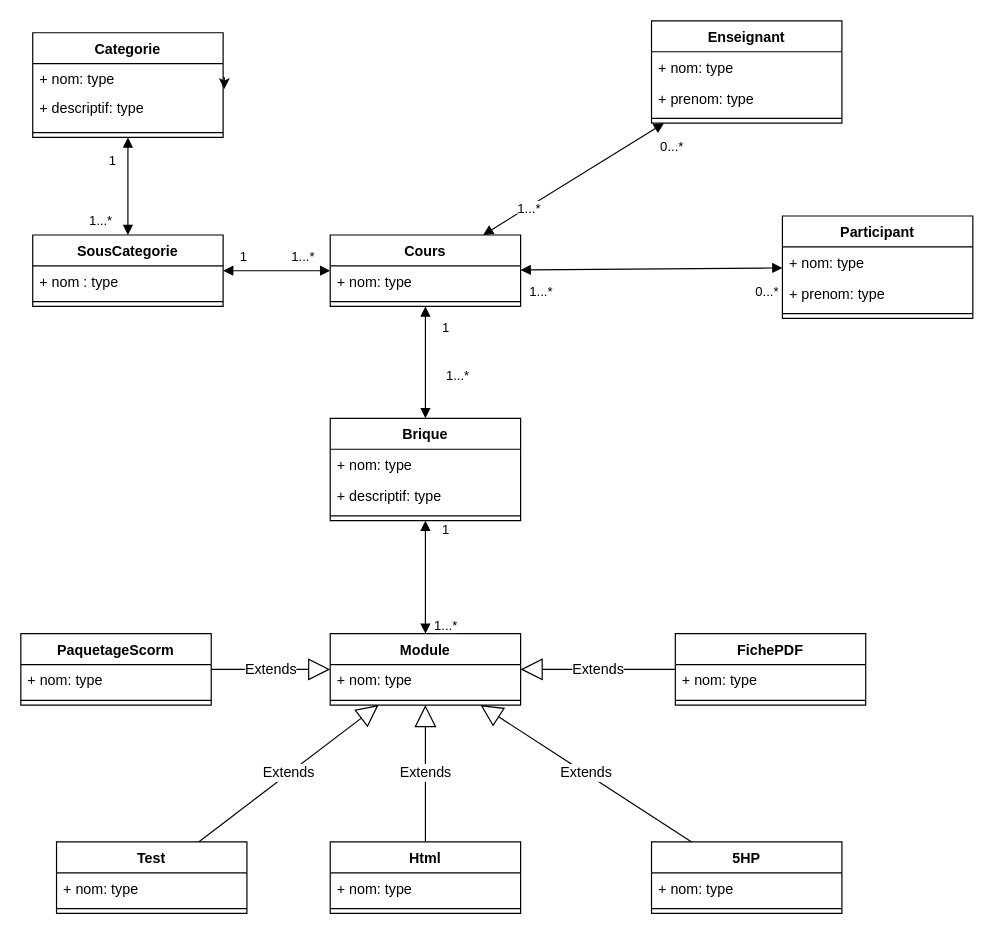
jean-seb-2106/pythontest keeps this draw.io diagram as MasKaret.drawio. Above is the earlier version. Source tidied: cells renumbered, new cells numbered last; positions are measured from the earlier drawing's top-left corner, leaving out a move shared by most shapes. Both pictures are drawn from the tidied source at 119%, with x=0, y=0 at pixel (20, 20).
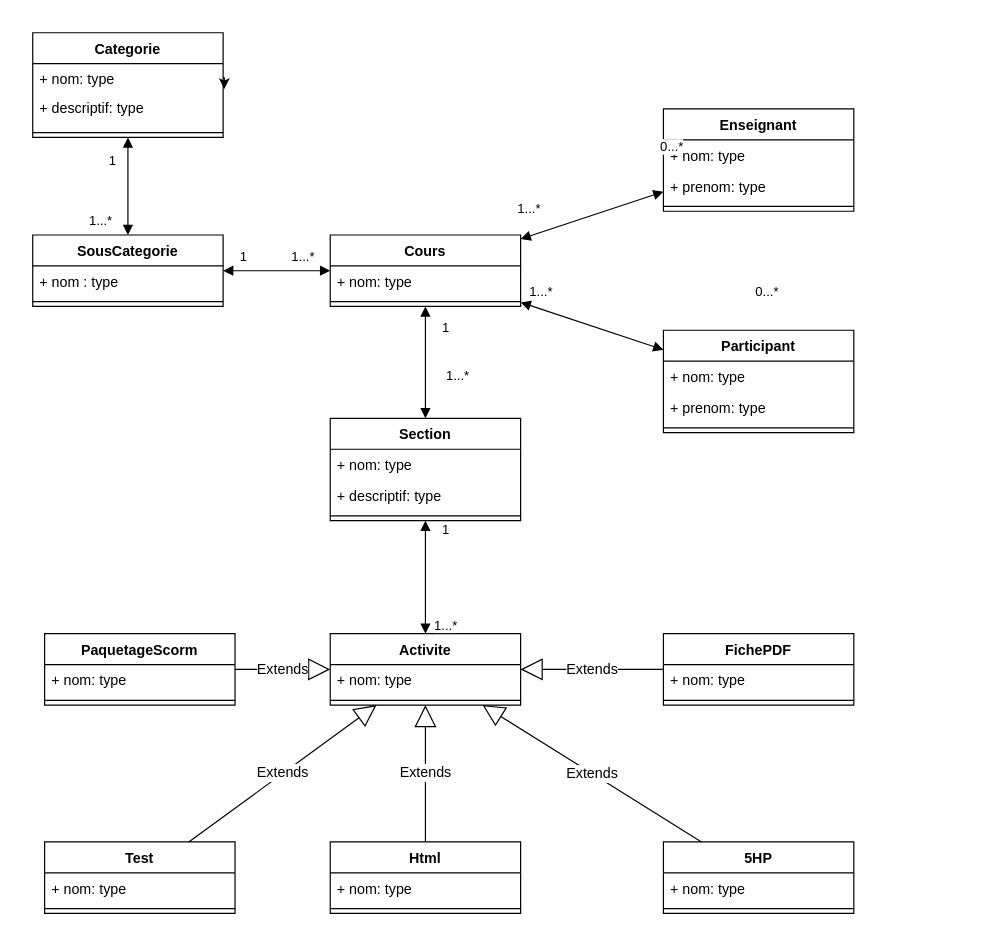
The same diagram, later.

Commit message:
Mettre à jour MasKaret.drawio

Change to the diagram source:
```diff
@@
-    <mxCell id="13" value="Module" style="swimlane;fontStyle=1;align=center;verticalAlign=top;horizontal=1;startSize=26;whiteSpace=wrap;html=1;" parent="1" vertex="1">
+    <mxCell id="13" value="Activite" style="swimlane;fontStyle=1;align=center;verticalAlign=top;horizontal=1;startSize=26;whiteSpace=wrap;html=1;" parent="1" vertex="1">
       <mxGeometry x="260" y="515" width="160" height="60" as="geometry" />
     </mxCell>
@@
     <mxCell id="16" value="Enseignant" style="swimlane;fontStyle=1;align=center;verticalAlign=top;horizontal=1;startSize=26;whiteSpace=wrap;html=1;" parent="1" vertex="1">
-      <mxGeometry x="530" width="160" height="86" as="geometry" />
+      <mxGeometry x="540" y="74" width="160" height="86" as="geometry" />
     </mxCell>
@@
     <mxCell id="20" value="Participant" style="swimlane;fontStyle=1;align=center;verticalAlign=top;horizontal=1;startSize=26;whiteSpace=wrap;html=1;" parent="1" vertex="1">
-      <mxGeometry x="640" y="164" width="160" height="86" as="geometry" />
+      <mxGeometry x="540" y="260" width="160" height="86" as="geometry" />
     </mxCell>
@@
     <mxCell id="24" value="PaquetageScorm" style="swimlane;fontStyle=1;align=center;verticalAlign=top;horizontal=1;startSize=26;whiteSpace=wrap;html=1;" parent="1" vertex="1">
-      <mxGeometry y="515" width="160" height="60" as="geometry" />
+      <mxGeometry x="20" y="515" width="160" height="60" as="geometry" />
     </mxCell>
@@
-    <mxCell id="27" value="Brique" style="swimlane;fontStyle=1;align=center;verticalAlign=top;horizontal=1;startSize=26;whiteSpace=wrap;html=1;" parent="1" vertex="1">
+    <mxCell id="27" value="Section" style="swimlane;fontStyle=1;align=center;verticalAlign=top;horizontal=1;startSize=26;whiteSpace=wrap;html=1;" parent="1" vertex="1">
       <mxGeometry x="260" y="334" width="160" height="86" as="geometry" />
     </mxCell>
@@
     <mxCell id="32" value="Test" style="swimlane;fontStyle=1;align=center;verticalAlign=top;horizontal=1;startSize=26;whiteSpace=wrap;html=1;" parent="1" vertex="1">
-      <mxGeometry x="30" y="690" width="160" height="60" as="geometry" />
+      <mxGeometry x="20" y="690" width="160" height="60" as="geometry" />
     </mxCell>
@@
     <mxCell id="35" value="FichePDF" style="swimlane;fontStyle=1;align=center;verticalAlign=top;horizontal=1;startSize=26;whiteSpace=wrap;html=1;" parent="1" vertex="1">
-      <mxGeometry x="550" y="515" width="160" height="60" as="geometry" />
+      <mxGeometry x="540" y="515" width="160" height="60" as="geometry" />
     </mxCell>
@@
     <mxCell id="62" value="5HP" style="swimlane;fontStyle=1;align=center;verticalAlign=top;horizontal=1;startSize=26;whiteSpace=wrap;html=1;" parent="1" vertex="1">
-      <mxGeometry x="530" y="690" width="160" height="60" as="geometry" />
+      <mxGeometry x="540" y="690" width="160" height="60" as="geometry" />
     </mxCell>
```
